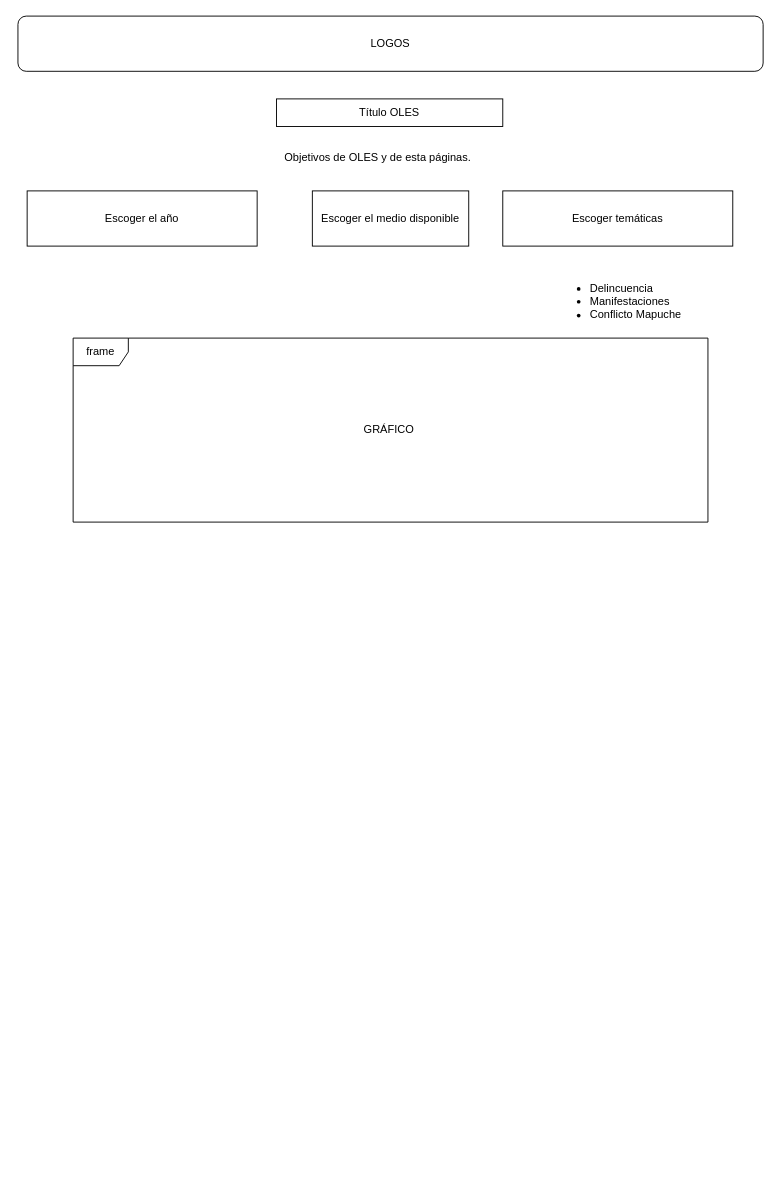
This is Diagrama sin título.drawio from matdknu/oles-shiny, a draw.io file, before an edit. Source tidied: cells renumbered, new cells numbered last; positions are measured from the earlier drawing's top-left corner, leaving out a move shared by most shapes. Both pictures are drawn from the tidied source at 92%, with x=0, y=0 at pixel (17, 16).
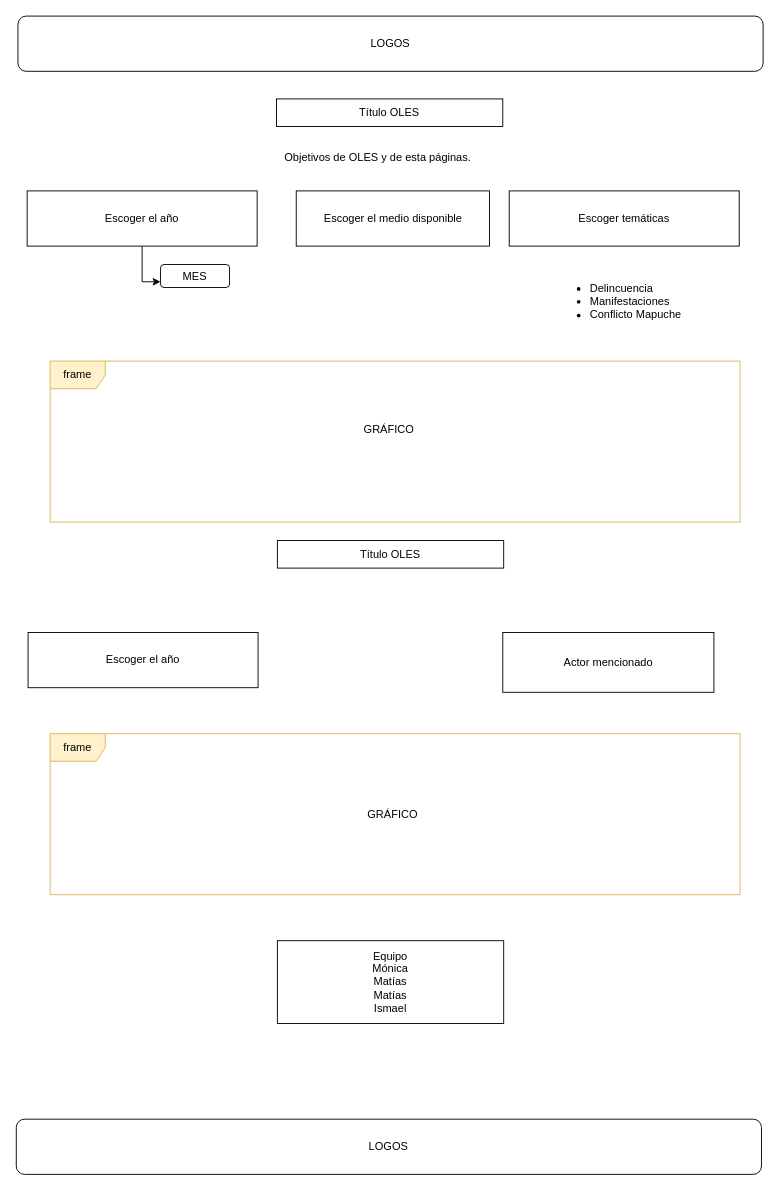
The same diagram, later.

Diff of the diagram source:
```diff
@@
 <mxGraphModel>
   <root>
     <mxCell id="0" />
     <mxCell id="1" parent="0" />
     <mxCell id="2" value="Título OLES" style="rounded=0;whiteSpace=wrap;html=1;" parent="1" vertex="1">
       <mxGeometry x="281" y="90" width="246" height="30" as="geometry" />
     </mxCell>
     <mxCell id="3" value="Objetivos de OLES y de esta páginas." style="text;html=1;whiteSpace=wrap;overflow=hidden;rounded=0;" parent="1" vertex="1">
       <mxGeometry x="288" y="140" width="239" height="50" as="geometry" />
     </mxCell>
     <mxCell id="4" value="LOGOS" style="rounded=1;whiteSpace=wrap;html=1;" parent="1" vertex="1">
       <mxGeometry width="810" height="60" as="geometry" />
     </mxCell>
+    <mxCell id="11" style="edgeStyle=orthogonalEdgeStyle;rounded=0;jettySize=auto;html=1;exitX=0.5;exitY=1;exitDx=0;exitDy=0;entryX=0;entryY=0.75;entryDx=0;entryDy=0;" parent="1" edge="1" source="5" target="12">
+      <mxGeometry relative="1" as="geometry" />
+    </mxCell>
     <mxCell id="5" value="Escoger el año" style="rounded=0;whiteSpace=wrap;html=1;" parent="1" vertex="1">
       <mxGeometry x="10" y="190" width="250" height="60" as="geometry" />
     </mxCell>
     <mxCell id="6" value="Escoger temáticas" style="rounded=0;whiteSpace=wrap;html=1;" parent="1" vertex="1">
-      <mxGeometry x="527" y="190" width="250" height="60" as="geometry" />
+      <mxGeometry x="534" y="190" width="250" height="60" as="geometry" />
     </mxCell>
     <mxCell id="7" value="&lt;ul&gt;&lt;li&gt;Delincuencia&lt;/li&gt;&lt;li&gt;Manifestaciones&lt;/li&gt;&lt;li&gt;Conflicto Mapuche&lt;/li&gt;&lt;/ul&gt;" style="text;strokeColor=none;fillColor=none;html=1;whiteSpace=wrap;verticalAlign=middle;overflow=hidden;" parent="1" vertex="1">
       <mxGeometry x="580" y="270" width="165" height="80" as="geometry" />
     </mxCell>
     <mxCell id="8" value="Escoger el medio disponible" style="rounded=0;whiteSpace=wrap;html=1;" parent="1" vertex="1">
-      <mxGeometry x="320" y="190" width="170" height="60" as="geometry" />
+      <mxGeometry x="302.5" y="190" width="210" height="60" as="geometry" />
     </mxCell>
-    <mxCell id="9" value="frame" style="shape=umlFrame;whiteSpace=wrap;html=1;" parent="1" vertex="1">
-      <mxGeometry x="60" y="350" width="690" height="200" as="geometry" />
+    <mxCell id="9" value="frame" style="shape=umlFrame;whiteSpace=wrap;html=1;strokeColor=#d6b656;fillColor=#fff2cc;" parent="1" vertex="1">
+      <mxGeometry x="35" y="375" width="750" height="175" as="geometry" />
     </mxCell>
     <mxCell id="10" value="GRÁFICO" style="text;html=1;align=center;verticalAlign=middle;whiteSpace=wrap;rounded=0;" parent="1" vertex="1">
       <mxGeometry x="347" y="420" width="112.5" height="60" as="geometry" />
     </mxCell>
+    <mxCell id="12" value="MES" style="rounded=1;whiteSpace=wrap;html=1;" parent="1" vertex="1">
+      <mxGeometry x="155" y="270" width="75" height="25" as="geometry" />
+    </mxCell>
+    <mxCell id="13" value="LOGOS" style="rounded=1;whiteSpace=wrap;html=1;" parent="1" vertex="1">
+      <mxGeometry x="-1.8" y="1199" width="810" height="60" as="geometry" />
+    </mxCell>
+    <mxCell id="14" value="Equipo&lt;div&gt;Mónica&lt;/div&gt;&lt;div&gt;Matías&lt;/div&gt;&lt;div&gt;Matías&lt;/div&gt;&lt;div&gt;Ismael&lt;/div&gt;" style="rounded=0;whiteSpace=wrap;html=1;" parent="1" vertex="1">
+      <mxGeometry x="282" y="1005" width="246" height="90" as="geometry" />
+    </mxCell>
+    <mxCell id="15" value="Título OLES" style="rounded=0;whiteSpace=wrap;html=1;" parent="1" vertex="1">
+      <mxGeometry x="282" y="570" width="246" height="30" as="geometry" />
+    </mxCell>
+    <mxCell id="16" value="Escoger el año" style="rounded=0;whiteSpace=wrap;html=1;" parent="1" vertex="1">
+      <mxGeometry x="11" y="670" width="250" height="60" as="geometry" />
+    </mxCell>
+    <mxCell id="17" value="Actor mencionado" style="rounded=0;whiteSpace=wrap;html=1;" parent="1" vertex="1">
+      <mxGeometry x="527" y="670" width="229.5" height="65" as="geometry" />
+    </mxCell>
+    <mxCell id="18" value="frame" style="shape=umlFrame;whiteSpace=wrap;html=1;strokeColor=#d6b656;fillColor=#fff2cc;" parent="1" vertex="1">
+      <mxGeometry x="35" y="780" width="750" height="175" as="geometry" />
+    </mxCell>
+    <mxCell id="19" value="GRÁFICO" style="text;html=1;align=center;verticalAlign=middle;whiteSpace=wrap;rounded=0;" parent="1" vertex="1">
+      <mxGeometry x="351.2" y="837.5" width="112.5" height="60" as="geometry" />
+    </mxCell>
   </root>
 </mxGraphModel>
```
